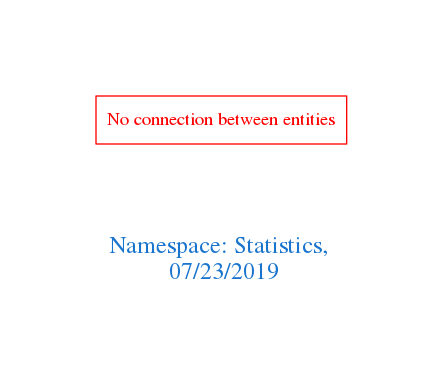
Before: downloads/Statistics.png, a diagram exported from Graphviz (arago/OGIT). Its source is kept beside it as downloads/Statistics.dot.
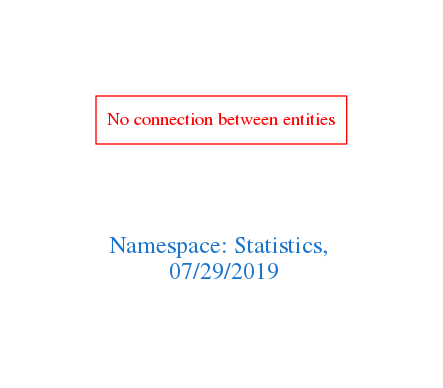
The same file after the commit.

Diff of the diagram source:
```diff
@@ -1,7 +1,7 @@
 digraph OGIT_ontology {
  graph [ rankdir= LR,pad=1
 fontsize = 18,
-fontcolor= dodgerblue3,label = "\n\n\nNamespace: Statistics, \n 07/23/2019"];
+fontcolor= dodgerblue3,label = "\n\n\nNamespace: Statistics, \n 07/29/2019"];
 node[shape=polygon];
 edge [  color="gray81"];
 
```
